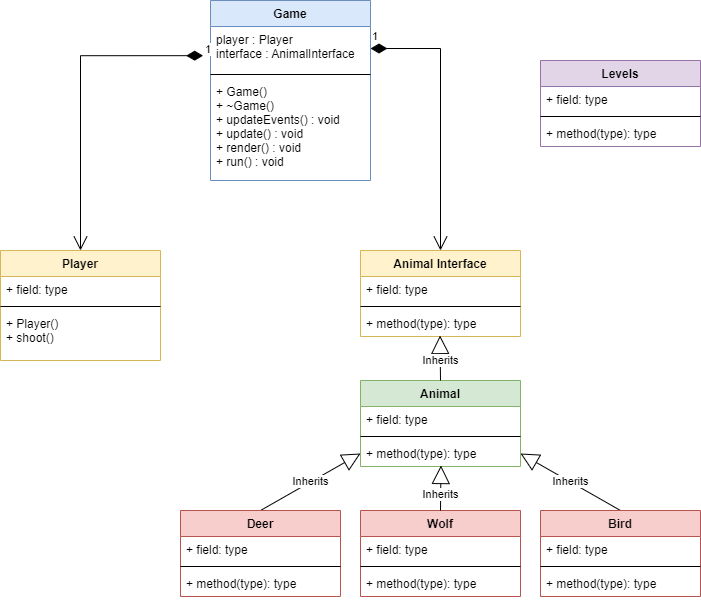
Above: UML/TrophyHunterUML.png in Jtog123/Birdy-Go-Bye-Bye (draw.io), before the change. Source tidied: cells renumbered, new cells last; positions are measured from the earlier drawing's top-left corner, leaving out a move shared by most shapes. Source of this version:
```xml
<mxGraphModel background="#ffffff">
  <root>
    <mxCell id="0" />
    <mxCell id="1" parent="0" />
    <mxCell id="2" value="Animal Interface" style="swimlane;fontStyle=1;align=center;verticalAlign=top;horizontal=1;startSize=26;fillColor=#fff2cc;strokeColor=#d6b656;" parent="1" vertex="1">
      <mxGeometry x="360" y="250" width="160" height="86" as="geometry" />
    </mxCell>
    <mxCell id="3" value="+ field: type" style="text;strokeColor=none;fillColor=none;align=left;verticalAlign=top;spacingLeft=4;spacingRight=4;overflow=hidden;" parent="2" vertex="1">
      <mxGeometry y="26" width="160" height="26" as="geometry" />
    </mxCell>
    <mxCell id="4" style="line;strokeWidth=1;fillColor=none;align=left;verticalAlign=middle;spacingTop=-1;spacingLeft=3;spacingRight=3;labelPosition=right;" parent="2" vertex="1">
      <mxGeometry y="52" width="160" height="8" as="geometry" />
    </mxCell>
    <mxCell id="5" value="+ method(type): type" style="text;strokeColor=none;fillColor=none;align=left;verticalAlign=top;spacingLeft=4;spacingRight=4;overflow=hidden;points=[[0,0.5],[1,0.5]];portConstraint=eastwest;" parent="2" vertex="1">
      <mxGeometry y="60" width="160" height="26" as="geometry" />
    </mxCell>
    <mxCell id="6" value="Animal" style="swimlane;fontStyle=1;align=center;verticalAlign=top;horizontal=1;startSize=26;fillColor=#d5e8d4;strokeColor=#82b366;" parent="1" vertex="1">
      <mxGeometry x="360" y="380" width="160" height="86" as="geometry" />
    </mxCell>
    <mxCell id="7" value="+ field: type" style="text;strokeColor=none;fillColor=none;align=left;verticalAlign=top;spacingLeft=4;spacingRight=4;overflow=hidden;" parent="6" vertex="1">
      <mxGeometry y="26" width="160" height="26" as="geometry" />
    </mxCell>
    <mxCell id="8" style="line;strokeWidth=1;fillColor=none;align=left;verticalAlign=middle;spacingTop=-1;spacingLeft=3;spacingRight=3;labelPosition=right;" parent="6" vertex="1">
      <mxGeometry y="52" width="160" height="8" as="geometry" />
    </mxCell>
    <mxCell id="9" value="+ method(type): type" style="text;strokeColor=none;fillColor=none;align=left;verticalAlign=top;spacingLeft=4;spacingRight=4;overflow=hidden;points=[[0,0.5],[1,0.5]];portConstraint=eastwest;" parent="6" vertex="1">
      <mxGeometry y="60" width="160" height="26" as="geometry" />
    </mxCell>
    <mxCell id="10" value="Wolf" style="swimlane;fontStyle=1;align=center;verticalAlign=top;horizontal=1;startSize=26;fillColor=#f8cecc;strokeColor=#b85450;" parent="1" vertex="1">
      <mxGeometry x="360" y="510" width="160" height="86" as="geometry" />
    </mxCell>
    <mxCell id="11" value="+ field: type" style="text;strokeColor=none;fillColor=none;align=left;verticalAlign=top;spacingLeft=4;spacingRight=4;overflow=hidden;" parent="10" vertex="1">
      <mxGeometry y="26" width="160" height="26" as="geometry" />
    </mxCell>
    <mxCell id="12" style="line;strokeWidth=1;fillColor=none;align=left;verticalAlign=middle;spacingTop=-1;spacingLeft=3;spacingRight=3;labelPosition=right;" parent="10" vertex="1">
      <mxGeometry y="52" width="160" height="8" as="geometry" />
    </mxCell>
    <mxCell id="13" value="+ method(type): type" style="text;strokeColor=none;fillColor=none;align=left;verticalAlign=top;spacingLeft=4;spacingRight=4;overflow=hidden;" parent="10" vertex="1">
      <mxGeometry y="60" width="160" height="26" as="geometry" />
    </mxCell>
    <mxCell id="14" value="Inherits" style="endArrow=block;endSize=16;endFill=0;html=1;rounded=0;entryX=0.503;entryY=0.962;entryDx=0;entryDy=0;entryPerimeter=0;" parent="1" edge="1" target="9">
      <mxGeometry x="-0.27" relative="1" as="geometry">
        <mxPoint x="440" y="510" as="sourcePoint" />
      </mxGeometry>
    </mxCell>
    <mxCell id="15" value="Inherits" style="endArrow=block;endSize=16;endFill=0;html=1;rounded=0;exitX=0.5;exitY=0;exitDx=0;exitDy=0;entryX=0;entryY=0.5;entryDx=0;entryDy=0;" parent="1" edge="1" source="21" target="9">
      <mxGeometry relative="1" as="geometry" />
    </mxCell>
    <mxCell id="16" value="Inherits" style="endArrow=block;endSize=16;endFill=0;html=1;rounded=0;exitX=0.5;exitY=0;exitDx=0;exitDy=0;entryX=1;entryY=0.5;entryDx=0;entryDy=0;" parent="1" edge="1" source="17" target="9">
      <mxGeometry relative="1" as="geometry" />
    </mxCell>
    <mxCell id="17" value="Bird" style="swimlane;fontStyle=1;align=center;verticalAlign=top;horizontal=1;startSize=26;fillColor=#f8cecc;strokeColor=#b85450;" parent="1" vertex="1">
      <mxGeometry x="540" y="510" width="160" height="86" as="geometry" />
    </mxCell>
    <mxCell id="18" value="+ field: type" style="text;strokeColor=none;fillColor=none;align=left;verticalAlign=top;spacingLeft=4;spacingRight=4;overflow=hidden;" parent="17" vertex="1">
      <mxGeometry y="26" width="160" height="26" as="geometry" />
    </mxCell>
    <mxCell id="19" style="line;strokeWidth=1;fillColor=none;align=left;verticalAlign=middle;spacingTop=-1;spacingLeft=3;spacingRight=3;labelPosition=right;" parent="17" vertex="1">
      <mxGeometry y="52" width="160" height="8" as="geometry" />
    </mxCell>
    <mxCell id="20" value="+ method(type): type" style="text;strokeColor=none;fillColor=none;align=left;verticalAlign=top;spacingLeft=4;spacingRight=4;overflow=hidden;" parent="17" vertex="1">
      <mxGeometry y="60" width="160" height="26" as="geometry" />
    </mxCell>
    <mxCell id="21" value="Deer" style="swimlane;fontStyle=1;align=center;verticalAlign=top;horizontal=1;startSize=26;fillColor=#f8cecc;strokeColor=#b85450;" parent="1" vertex="1">
      <mxGeometry x="180" y="510" width="160" height="86" as="geometry" />
    </mxCell>
    <mxCell id="22" value="+ field: type" style="text;strokeColor=none;fillColor=none;align=left;verticalAlign=top;spacingLeft=4;spacingRight=4;overflow=hidden;" parent="21" vertex="1">
      <mxGeometry y="26" width="160" height="26" as="geometry" />
    </mxCell>
    <mxCell id="23" style="line;strokeWidth=1;fillColor=none;align=left;verticalAlign=middle;spacingTop=-1;spacingLeft=3;spacingRight=3;labelPosition=right;" parent="21" vertex="1">
      <mxGeometry y="52" width="160" height="8" as="geometry" />
    </mxCell>
    <mxCell id="24" value="+ method(type): type" style="text;strokeColor=none;fillColor=none;align=left;verticalAlign=top;spacingLeft=4;spacingRight=4;overflow=hidden;" parent="21" vertex="1">
      <mxGeometry y="60" width="160" height="26" as="geometry" />
    </mxCell>
    <mxCell id="25" value="Inherits" style="endArrow=block;endSize=16;endFill=0;html=1;rounded=0;exitX=0.5;exitY=0;exitDx=0;exitDy=0;entryX=0.497;entryY=0.962;entryDx=0;entryDy=0;entryPerimeter=0;" parent="1" edge="1" source="6" target="5">
      <mxGeometry x="-0.11" relative="1" as="geometry" />
    </mxCell>
    <mxCell id="26" value="Player&#10;" style="swimlane;fontStyle=1;align=center;verticalAlign=top;horizontal=1;startSize=26;fillColor=#fff2cc;strokeColor=#d6b656;" parent="1" vertex="1">
      <mxGeometry y="250" width="160" height="110" as="geometry" />
    </mxCell>
    <mxCell id="27" value="+ field: type" style="text;strokeColor=none;fillColor=none;align=left;verticalAlign=top;spacingLeft=4;spacingRight=4;overflow=hidden;" parent="26" vertex="1">
      <mxGeometry y="26" width="160" height="26" as="geometry" />
    </mxCell>
    <mxCell id="28" style="line;strokeWidth=1;fillColor=none;align=left;verticalAlign=middle;spacingTop=-1;spacingLeft=3;spacingRight=3;labelPosition=right;" parent="26" vertex="1">
      <mxGeometry y="52" width="160" height="8" as="geometry" />
    </mxCell>
    <mxCell id="29" value="+ Player()&#10;+ shoot()&#10;" style="text;strokeColor=none;fillColor=none;align=left;verticalAlign=top;spacingLeft=4;spacingRight=4;overflow=hidden;" parent="26" vertex="1">
      <mxGeometry y="60" width="160" height="50" as="geometry" />
    </mxCell>
    <mxCell id="30" value="Game" style="swimlane;fontStyle=1;align=center;verticalAlign=top;horizontal=1;startSize=26;fillColor=#dae8fc;strokeColor=#6c8ebf;" parent="1" vertex="1">
      <mxGeometry x="210" width="160" height="180" as="geometry" />
    </mxCell>
    <mxCell id="31" value="player : Player&#10;interface : AnimalInterface" style="text;strokeColor=none;fillColor=none;align=left;verticalAlign=top;spacingLeft=4;spacingRight=4;overflow=hidden;points=[[0,0.5],[1,0.5]];portConstraint=eastwest;" parent="30" vertex="1">
      <mxGeometry y="26" width="160" height="44" as="geometry" />
    </mxCell>
    <mxCell id="32" style="line;strokeWidth=1;fillColor=none;align=left;verticalAlign=middle;spacingTop=-1;spacingLeft=3;spacingRight=3;labelPosition=right;" parent="30" vertex="1">
      <mxGeometry y="70" width="160" height="8" as="geometry" />
    </mxCell>
    <mxCell id="33" value="+ Game()&#10;+ ~Game()&#10;+ updateEvents() : void&#10;+ update() : void&#10;+ render() : void&#10;+ run() : void" style="text;strokeColor=none;fillColor=none;align=left;verticalAlign=top;spacingLeft=4;spacingRight=4;overflow=hidden;" parent="30" vertex="1">
      <mxGeometry y="78" width="160" height="102" as="geometry" />
    </mxCell>
    <mxCell id="34" value="1" style="endArrow=open;html=1;endSize=12;startArrow=diamondThin;startSize=14;startFill=1;edgeStyle=orthogonalEdgeStyle;align=left;verticalAlign=bottom;rounded=0;exitX=-0.046;exitY=0.663;exitDx=0;exitDy=0;exitPerimeter=0;" parent="1" edge="1" source="31" target="26">
      <mxGeometry x="-1" y="3" relative="1" as="geometry" />
    </mxCell>
    <mxCell id="35" value="1" style="endArrow=open;html=1;endSize=12;startArrow=diamondThin;startSize=14;startFill=1;edgeStyle=orthogonalEdgeStyle;align=left;verticalAlign=bottom;rounded=0;entryX=0.5;entryY=0;entryDx=0;entryDy=0;exitX=1;exitY=0.5;exitDx=0;exitDy=0;" parent="1" edge="1" source="31" target="2">
      <mxGeometry x="-1" y="3" relative="1" as="geometry" />
    </mxCell>
    <mxCell id="36" value="Levels" style="swimlane;fontStyle=1;align=center;verticalAlign=top;horizontal=1;startSize=26;fillColor=#e1d5e7;strokeColor=#9673a6;" parent="1" vertex="1">
      <mxGeometry x="540" y="60" width="160" height="86" as="geometry" />
    </mxCell>
    <mxCell id="37" value="+ field: type" style="text;strokeColor=none;fillColor=none;align=left;verticalAlign=top;spacingLeft=4;spacingRight=4;overflow=hidden;" parent="36" vertex="1">
      <mxGeometry y="26" width="160" height="26" as="geometry" />
    </mxCell>
    <mxCell id="38" style="line;strokeWidth=1;fillColor=none;align=left;verticalAlign=middle;spacingTop=-1;spacingLeft=3;spacingRight=3;labelPosition=right;" parent="36" vertex="1">
      <mxGeometry y="52" width="160" height="8" as="geometry" />
    </mxCell>
    <mxCell id="39" value="+ method(type): type" style="text;strokeColor=none;fillColor=none;align=left;verticalAlign=top;spacingLeft=4;spacingRight=4;overflow=hidden;" parent="36" vertex="1">
      <mxGeometry y="60" width="160" height="26" as="geometry" />
    </mxCell>
  </root>
</mxGraphModel>
```
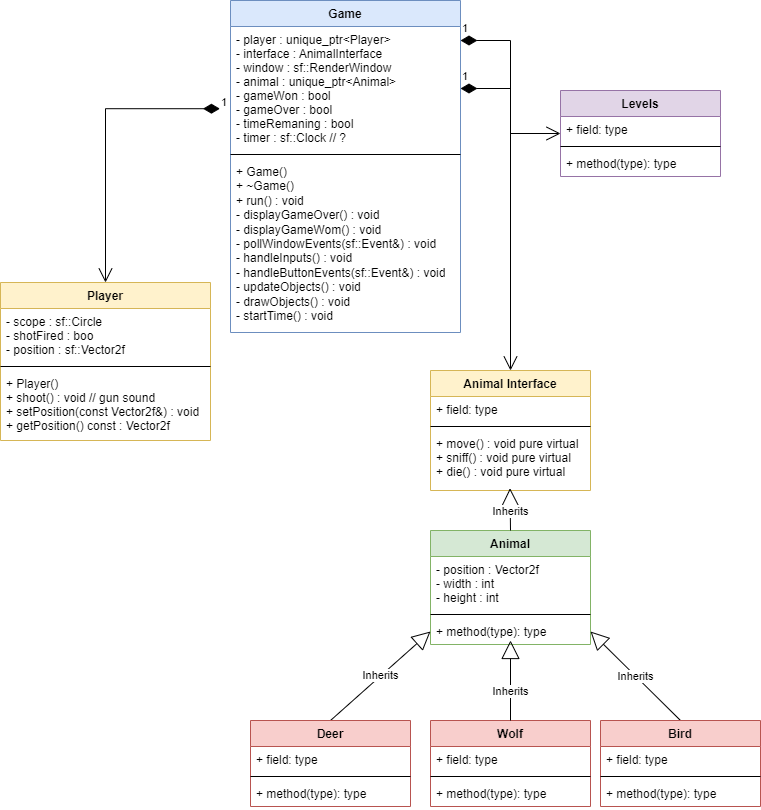
Above is the later version.

The edit, as a diff of the source:
```diff
@@ -3,7 +3,7 @@
     <mxCell id="0" />
     <mxCell id="1" parent="0" />
     <mxCell id="2" value="Animal Interface" style="swimlane;fontStyle=1;align=center;verticalAlign=top;horizontal=1;startSize=26;fillColor=#fff2cc;strokeColor=#d6b656;" parent="1" vertex="1">
-      <mxGeometry x="360" y="250" width="160" height="86" as="geometry" />
+      <mxGeometry x="410" y="340" width="160" height="120" as="geometry" />
     </mxCell>
     <mxCell id="3" value="+ field: type" style="text;strokeColor=none;fillColor=none;align=left;verticalAlign=top;spacingLeft=4;spacingRight=4;overflow=hidden;" parent="2" vertex="1">
       <mxGeometry y="26" width="160" height="26" as="geometry" />
@@ -11,23 +11,23 @@
     <mxCell id="4" style="line;strokeWidth=1;fillColor=none;align=left;verticalAlign=middle;spacingTop=-1;spacingLeft=3;spacingRight=3;labelPosition=right;" parent="2" vertex="1">
       <mxGeometry y="52" width="160" height="8" as="geometry" />
     </mxCell>
-    <mxCell id="5" value="+ method(type): type" style="text;strokeColor=none;fillColor=none;align=left;verticalAlign=top;spacingLeft=4;spacingRight=4;overflow=hidden;points=[[0,0.5],[1,0.5]];portConstraint=eastwest;" parent="2" vertex="1">
-      <mxGeometry y="60" width="160" height="26" as="geometry" />
+    <mxCell id="5" value="+ move() : void pure virtual&#10;+ sniff() : void pure virtual&#10;+ die() : void pure virtual" style="text;strokeColor=none;fillColor=none;align=left;verticalAlign=top;spacingLeft=4;spacingRight=4;overflow=hidden;points=[[0,0.5],[1,0.5]];portConstraint=eastwest;" parent="2" vertex="1">
+      <mxGeometry y="60" width="160" height="60" as="geometry" />
     </mxCell>
     <mxCell id="6" value="Animal" style="swimlane;fontStyle=1;align=center;verticalAlign=top;horizontal=1;startSize=26;fillColor=#d5e8d4;strokeColor=#82b366;" parent="1" vertex="1">
-      <mxGeometry x="360" y="380" width="160" height="86" as="geometry" />
+      <mxGeometry x="410" y="500" width="160" height="114" as="geometry" />
     </mxCell>
-    <mxCell id="7" value="+ field: type" style="text;strokeColor=none;fillColor=none;align=left;verticalAlign=top;spacingLeft=4;spacingRight=4;overflow=hidden;" parent="6" vertex="1">
-      <mxGeometry y="26" width="160" height="26" as="geometry" />
+    <mxCell id="7" value="- position : Vector2f&#10;- width : int&#10;- height : int&#10;" style="text;strokeColor=none;fillColor=none;align=left;verticalAlign=top;spacingLeft=4;spacingRight=4;overflow=hidden;" parent="6" vertex="1">
+      <mxGeometry y="26" width="160" height="54" as="geometry" />
     </mxCell>
     <mxCell id="8" style="line;strokeWidth=1;fillColor=none;align=left;verticalAlign=middle;spacingTop=-1;spacingLeft=3;spacingRight=3;labelPosition=right;" parent="6" vertex="1">
-      <mxGeometry y="52" width="160" height="8" as="geometry" />
+      <mxGeometry y="80" width="160" height="8" as="geometry" />
     </mxCell>
     <mxCell id="9" value="+ method(type): type" style="text;strokeColor=none;fillColor=none;align=left;verticalAlign=top;spacingLeft=4;spacingRight=4;overflow=hidden;points=[[0,0.5],[1,0.5]];portConstraint=eastwest;" parent="6" vertex="1">
-      <mxGeometry y="60" width="160" height="26" as="geometry" />
+      <mxGeometry y="88" width="160" height="26" as="geometry" />
     </mxCell>
     <mxCell id="10" value="Wolf" style="swimlane;fontStyle=1;align=center;verticalAlign=top;horizontal=1;startSize=26;fillColor=#f8cecc;strokeColor=#b85450;" parent="1" vertex="1">
-      <mxGeometry x="360" y="510" width="160" height="86" as="geometry" />
+      <mxGeometry x="410" y="690" width="160" height="86" as="geometry" />
     </mxCell>
     <mxCell id="11" value="+ field: type" style="text;strokeColor=none;fillColor=none;align=left;verticalAlign=top;spacingLeft=4;spacingRight=4;overflow=hidden;" parent="10" vertex="1">
       <mxGeometry y="26" width="160" height="26" as="geometry" />
@@ -38,9 +38,9 @@
     <mxCell id="13" value="+ method(type): type" style="text;strokeColor=none;fillColor=none;align=left;verticalAlign=top;spacingLeft=4;spacingRight=4;overflow=hidden;" parent="10" vertex="1">
       <mxGeometry y="60" width="160" height="26" as="geometry" />
     </mxCell>
-    <mxCell id="14" value="Inherits" style="endArrow=block;endSize=16;endFill=0;html=1;rounded=0;entryX=0.503;entryY=0.962;entryDx=0;entryDy=0;entryPerimeter=0;" parent="1" edge="1" target="9">
+    <mxCell id="14" value="Inherits" style="endArrow=block;endSize=16;endFill=0;html=1;rounded=0;exitX=0.5;exitY=0;exitDx=0;exitDy=0;" parent="1" edge="1" source="10">
       <mxGeometry x="-0.27" relative="1" as="geometry">
-        <mxPoint x="440" y="510" as="sourcePoint" />
+        <mxPoint x="490" y="610" as="targetPoint" />
       </mxGeometry>
     </mxCell>
     <mxCell id="15" value="Inherits" style="endArrow=block;endSize=16;endFill=0;html=1;rounded=0;exitX=0.5;exitY=0;exitDx=0;exitDy=0;entryX=0;entryY=0.5;entryDx=0;entryDy=0;" parent="1" edge="1" source="21" target="9">
@@ -50,7 +50,7 @@
       <mxGeometry relative="1" as="geometry" />
     </mxCell>
     <mxCell id="17" value="Bird" style="swimlane;fontStyle=1;align=center;verticalAlign=top;horizontal=1;startSize=26;fillColor=#f8cecc;strokeColor=#b85450;" parent="1" vertex="1">
-      <mxGeometry x="540" y="510" width="160" height="86" as="geometry" />
+      <mxGeometry x="580" y="690" width="160" height="86" as="geometry" />
     </mxCell>
     <mxCell id="18" value="+ field: type" style="text;strokeColor=none;fillColor=none;align=left;verticalAlign=top;spacingLeft=4;spacingRight=4;overflow=hidden;" parent="17" vertex="1">
       <mxGeometry y="26" width="160" height="26" as="geometry" />
@@ -62,7 +62,7 @@
       <mxGeometry y="60" width="160" height="26" as="geometry" />
     </mxCell>
     <mxCell id="21" value="Deer" style="swimlane;fontStyle=1;align=center;verticalAlign=top;horizontal=1;startSize=26;fillColor=#f8cecc;strokeColor=#b85450;" parent="1" vertex="1">
-      <mxGeometry x="180" y="510" width="160" height="86" as="geometry" />
+      <mxGeometry x="230" y="690" width="160" height="86" as="geometry" />
     </mxCell>
     <mxCell id="22" value="+ field: type" style="text;strokeColor=none;fillColor=none;align=left;verticalAlign=top;spacingLeft=4;spacingRight=4;overflow=hidden;" parent="21" vertex="1">
       <mxGeometry y="26" width="160" height="26" as="geometry" />
@@ -77,28 +77,28 @@
       <mxGeometry x="-0.11" relative="1" as="geometry" />
     </mxCell>
     <mxCell id="26" value="Player&#10;" style="swimlane;fontStyle=1;align=center;verticalAlign=top;horizontal=1;startSize=26;fillColor=#fff2cc;strokeColor=#d6b656;" parent="1" vertex="1">
-      <mxGeometry y="250" width="160" height="110" as="geometry" />
+      <mxGeometry x="-20" y="252" width="210" height="158" as="geometry" />
     </mxCell>
-    <mxCell id="27" value="+ field: type" style="text;strokeColor=none;fillColor=none;align=left;verticalAlign=top;spacingLeft=4;spacingRight=4;overflow=hidden;" parent="26" vertex="1">
-      <mxGeometry y="26" width="160" height="26" as="geometry" />
+    <mxCell id="27" value="- scope : sf::Circle&#10;- shotFired : boo&#10;- position : sf::Vector2f" style="text;strokeColor=none;fillColor=none;align=left;verticalAlign=top;spacingLeft=4;spacingRight=4;overflow=hidden;" parent="26" vertex="1">
+      <mxGeometry y="26" width="210" height="54" as="geometry" />
     </mxCell>
     <mxCell id="28" style="line;strokeWidth=1;fillColor=none;align=left;verticalAlign=middle;spacingTop=-1;spacingLeft=3;spacingRight=3;labelPosition=right;" parent="26" vertex="1">
-      <mxGeometry y="52" width="160" height="8" as="geometry" />
+      <mxGeometry y="80" width="210" height="8" as="geometry" />
     </mxCell>
-    <mxCell id="29" value="+ Player()&#10;+ shoot()&#10;" style="text;strokeColor=none;fillColor=none;align=left;verticalAlign=top;spacingLeft=4;spacingRight=4;overflow=hidden;" parent="26" vertex="1">
-      <mxGeometry y="60" width="160" height="50" as="geometry" />
+    <mxCell id="29" value="+ Player()&#10;+ shoot() : void // gun sound&#10;+ setPosition(const Vector2f&amp;) : void&#10;+ getPosition() const : Vector2f" style="text;strokeColor=none;fillColor=none;align=left;verticalAlign=top;spacingLeft=4;spacingRight=4;overflow=hidden;" parent="26" vertex="1">
+      <mxGeometry y="88" width="210" height="70" as="geometry" />
     </mxCell>
     <mxCell id="30" value="Game" style="swimlane;fontStyle=1;align=center;verticalAlign=top;horizontal=1;startSize=26;fillColor=#dae8fc;strokeColor=#6c8ebf;" parent="1" vertex="1">
-      <mxGeometry x="210" width="160" height="180" as="geometry" />
+      <mxGeometry x="210" y="-30" width="230" height="332" as="geometry" />
     </mxCell>
-    <mxCell id="31" value="player : Player&#10;interface : AnimalInterface" style="text;strokeColor=none;fillColor=none;align=left;verticalAlign=top;spacingLeft=4;spacingRight=4;overflow=hidden;points=[[0,0.5],[1,0.5]];portConstraint=eastwest;" parent="30" vertex="1">
-      <mxGeometry y="26" width="160" height="44" as="geometry" />
+    <mxCell id="31" value="- player : unique_ptr&lt;Player&gt;&#10;- interface : AnimalInterface&#10;- window : sf::RenderWindow&#10;- animal : unique_ptr&lt;Animal&gt;&#10;- gameWon : bool&#10;- gameOver : bool&#10;- timeRemaning : bool&#10;- timer : sf::Clock // ?&#10;&#10;" style="text;strokeColor=none;fillColor=none;align=left;verticalAlign=top;spacingLeft=4;spacingRight=4;overflow=hidden;points=[[0,0.5],[1,0.5]];portConstraint=eastwest;" parent="30" vertex="1">
+      <mxGeometry y="26" width="230" height="124" as="geometry" />
     </mxCell>
     <mxCell id="32" style="line;strokeWidth=1;fillColor=none;align=left;verticalAlign=middle;spacingTop=-1;spacingLeft=3;spacingRight=3;labelPosition=right;" parent="30" vertex="1">
-      <mxGeometry y="70" width="160" height="8" as="geometry" />
+      <mxGeometry y="150" width="230" height="8" as="geometry" />
     </mxCell>
-    <mxCell id="33" value="+ Game()&#10;+ ~Game()&#10;+ updateEvents() : void&#10;+ update() : void&#10;+ render() : void&#10;+ run() : void" style="text;strokeColor=none;fillColor=none;align=left;verticalAlign=top;spacingLeft=4;spacingRight=4;overflow=hidden;" parent="30" vertex="1">
-      <mxGeometry y="78" width="160" height="102" as="geometry" />
+    <mxCell id="33" value="+ Game()&#10;+ ~Game()&#10;+ run() : void&#10;- displayGameOver() : void&#10;- displayGameWom() : void&#10;- pollWindowEvents(sf::Event&amp;) : void&#10;- handleInputs() : void&#10;- handleButtonEvents(sf::Event&amp;) : void&#10;- updateObjects() : void&#10;- drawObjects() : void&#10;- startTime() : void&#10;&#10;" style="text;strokeColor=none;fillColor=none;align=left;verticalAlign=top;spacingLeft=4;spacingRight=4;overflow=hidden;whiteSpace=wrap;" parent="30" vertex="1">
+      <mxGeometry y="158" width="230" height="174" as="geometry" />
     </mxCell>
     <mxCell id="34" value="1" style="endArrow=open;html=1;endSize=12;startArrow=diamondThin;startSize=14;startFill=1;edgeStyle=orthogonalEdgeStyle;align=left;verticalAlign=bottom;rounded=0;exitX=-0.046;exitY=0.663;exitDx=0;exitDy=0;exitPerimeter=0;" parent="1" edge="1" source="31" target="26">
       <mxGeometry x="-1" y="3" relative="1" as="geometry" />
@@ -118,5 +118,10 @@
     <mxCell id="39" value="+ method(type): type" style="text;strokeColor=none;fillColor=none;align=left;verticalAlign=top;spacingLeft=4;spacingRight=4;overflow=hidden;" parent="36" vertex="1">
       <mxGeometry y="60" width="160" height="26" as="geometry" />
     </mxCell>
+    <mxCell id="40" value="1" style="endArrow=open;html=1;endSize=12;startArrow=diamondThin;startSize=14;startFill=1;edgeStyle=orthogonalEdgeStyle;align=left;verticalAlign=bottom;rounded=0;entryX=0;entryY=0.5;entryDx=0;entryDy=0;" parent="1" edge="1" target="36">
+      <mxGeometry x="-1" y="3" relative="1" as="geometry">
+        <mxPoint x="440" y="10" as="sourcePoint" />
+      </mxGeometry>
+    </mxCell>
   </root>
 </mxGraphModel>
```
